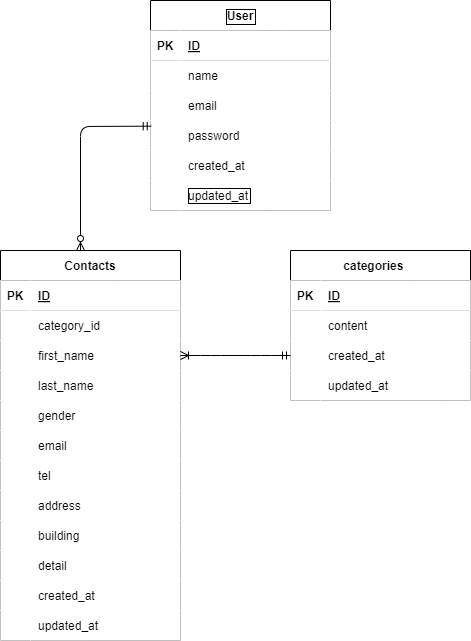
Before: ER.drawio.png, a diagram exported from draw.io (rikuuta1217/RIKU--kadai-1). Source tidied: cells renumbered, new cells last; positions are measured from the earlier drawing's top-left corner, leaving out a move shared by most shapes.
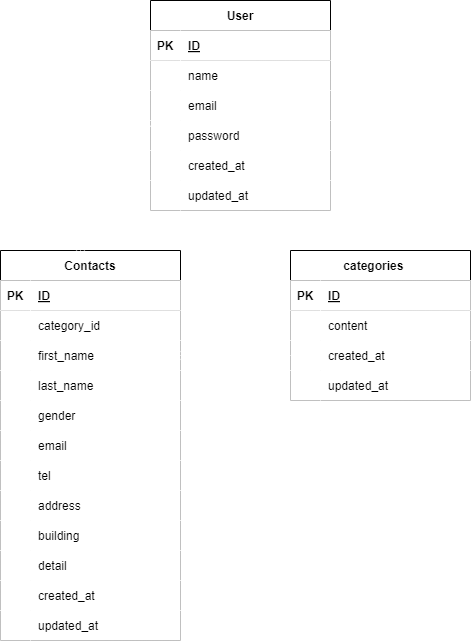
The same file after the commit.

Diff of the diagram source:
```diff
@@ -152,10 +152,10 @@
     <mxCell id="51" value="updated_at" style="shape=partialRectangle;fillColor=#FFFFFF;top=0;left=0;bottom=0;right=0;align=left;spacingLeft=6;overflow=hidden;fontColor=#000000;strokeColor=#000000;labelBackgroundColor=none;" parent="49" vertex="1">
       <mxGeometry x="30" width="150" height="30" as="geometry" />
     </mxCell>
-    <mxCell id="52" style="edgeStyle=entityRelationEdgeStyle;fontSize=12;html=1;endArrow=ERoneToMany;startArrow=ERmandOne;entryX=1;entryY=0.5;entryDx=0;entryDy=0;strokeColor=#000000;exitX=0;exitY=0.5;exitDx=0;exitDy=0;fontColor=#000000;labelBackgroundColor=#ddd8e4;" parent="1" edge="1" source="46" target="9">
+    <mxCell id="52" style="edgeStyle=entityRelationEdgeStyle;fontSize=12;html=1;endArrow=ERoneToMany;startArrow=ERmandOne;entryX=1;entryY=0.5;entryDx=0;entryDy=0;strokeColor=#FFFFFF;exitX=0;exitY=0.5;exitDx=0;exitDy=0;fontColor=#000000;labelBackgroundColor=#ddd8e4;" parent="1" edge="1" source="46" target="9">
       <mxGeometry relative="1" as="geometry" />
     </mxCell>
-    <mxCell id="53" value="User" style="shape=table;startSize=30;rowLines=0;fontStyle=1;align=center;fontColor=#000000;fillColor=#FFFFFF;strokeColor=#000000;strokeWidth=1;labelBorderColor=default;" parent="1" vertex="1">
+    <mxCell id="53" value="User" style="shape=table;startSize=30;rowLines=0;fontStyle=1;align=center;fontColor=#000000;fillColor=#FFFFFF;strokeColor=#000000;strokeWidth=1;labelBorderColor=none;" parent="1" vertex="1">
       <mxGeometry x="150" width="180" height="210" as="geometry" />
     </mxCell>
     <mxCell id="54" style="shape=tableRow;horizontal=0;startSize=0;swimlaneHead=0;swimlaneBody=0;fillColor=#FFFFFF;top=0;left=0;right=0;bottom=1;fontColor=#000000;strokeColor=#000000;strokeWidth=1;labelBorderColor=none;" parent="53" vertex="1">
@@ -203,16 +203,16 @@
     <mxCell id="68" value="created_at" style="shape=partialRectangle;fillColor=#FFFFFF;top=0;left=0;bottom=0;right=0;align=left;spacingLeft=6;overflow=hidden;fontColor=#000000;strokeColor=#000000;strokeWidth=1;labelBorderColor=none;" parent="66" vertex="1">
       <mxGeometry x="30" width="150" height="30" as="geometry" />
     </mxCell>
-    <mxCell id="69" style="shape=tableRow;horizontal=0;startSize=0;swimlaneHead=0;swimlaneBody=0;fillColor=#FFFFFF;top=0;left=0;right=0;bottom=0;fontColor=#000000;strokeColor=#000000;strokeWidth=1;labelBorderColor=default;" parent="53" vertex="1">
+    <mxCell id="69" style="shape=tableRow;horizontal=0;startSize=0;swimlaneHead=0;swimlaneBody=0;fillColor=#FFFFFF;top=0;left=0;right=0;bottom=0;fontColor=#000000;strokeColor=#000000;strokeWidth=1;labelBorderColor=none;" parent="53" vertex="1">
       <mxGeometry y="180" width="180" height="30" as="geometry" />
     </mxCell>
-    <mxCell id="70" style="shape=partialRectangle;fillColor=#FFFFFF;top=0;left=0;bottom=0;right=0;overflow=hidden;fontColor=#000000;strokeColor=#000000;strokeWidth=1;labelBorderColor=default;" parent="69" vertex="1">
+    <mxCell id="70" style="shape=partialRectangle;fillColor=#FFFFFF;top=0;left=0;bottom=0;right=0;overflow=hidden;fontColor=#000000;strokeColor=#000000;strokeWidth=1;labelBorderColor=none;" parent="69" vertex="1">
       <mxGeometry width="30" height="30" as="geometry" />
     </mxCell>
-    <mxCell id="71" value="updated_at" style="shape=partialRectangle;fillColor=#FFFFFF;top=0;left=0;bottom=0;right=0;align=left;spacingLeft=6;overflow=hidden;fontColor=#000000;strokeColor=#000000;strokeWidth=1;labelBorderColor=default;" parent="69" vertex="1">
+    <mxCell id="71" value="updated_at" style="shape=partialRectangle;fillColor=#FFFFFF;top=0;left=0;bottom=0;right=0;align=left;spacingLeft=6;overflow=hidden;fontColor=#000000;strokeColor=#000000;strokeWidth=1;labelBorderColor=none;" parent="69" vertex="1">
       <mxGeometry x="30" width="150" height="30" as="geometry" />
     </mxCell>
-    <mxCell id="72" style="fontSize=12;html=1;endArrow=ERzeroToMany;startArrow=ERmandOne;strokeColor=#000000;exitX=0.004;exitY=0.189;exitDx=0;exitDy=0;exitPerimeter=0;labelBackgroundColor=default;" parent="1" edge="1" source="63">
+    <mxCell id="72" style="fontSize=12;html=1;endArrow=ERzeroToMany;startArrow=ERmandOne;strokeColor=#FFFFFF;exitX=0.004;exitY=0.189;exitDx=0;exitDy=0;exitPerimeter=0;labelBackgroundColor=default;" parent="1" edge="1" source="63">
       <mxGeometry relative="1" as="geometry">
         <mxPoint x="80" y="250" as="targetPoint" />
         <Array as="points">
```
